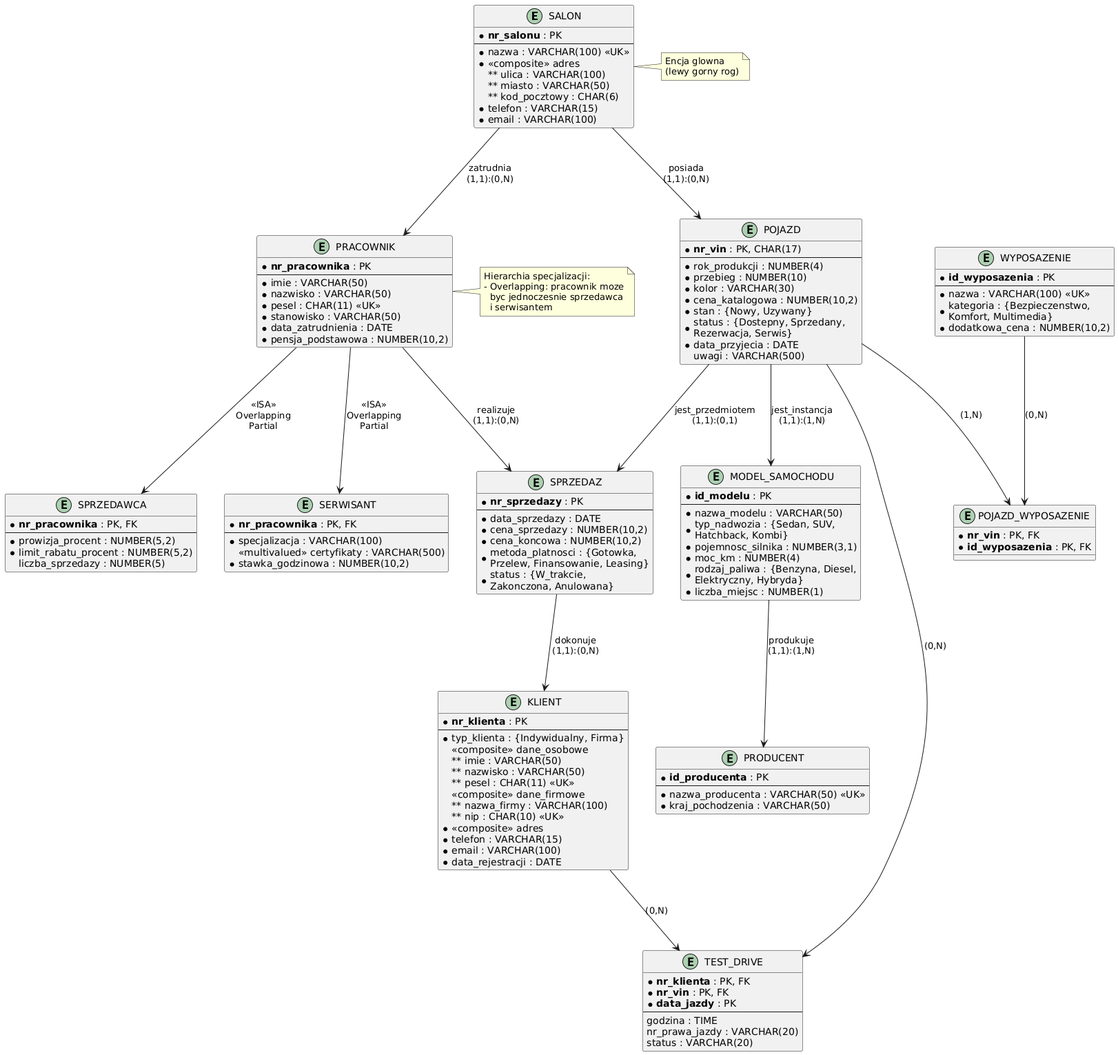
The PlantUML diagram koncept/koncept.png in Vort3x5/CarSal, before a commit.
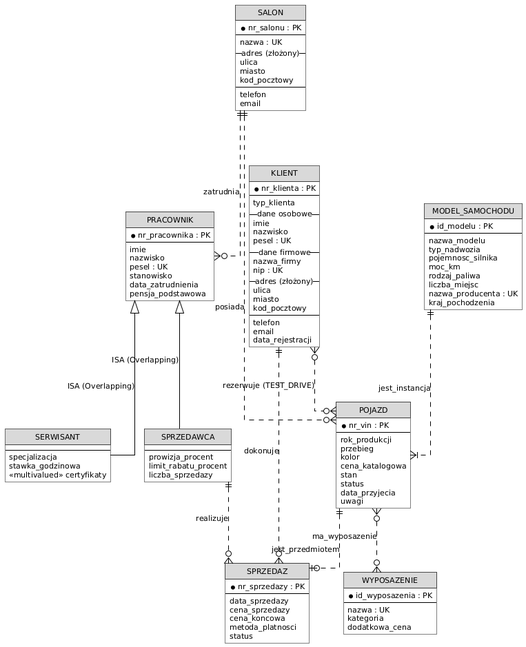
After the commit.

Change to the diagram source:
```diff
@@ -1,160 +1,143 @@
 @startuml koncept
 
-skinparam ranksep 100
-skinparam nodesep 40
-skinparam defaultFontName "Arial"
+skinparam linetype ortho
+skinparam nodesep 50
+skinparam ranksep 80
+skinparam roundcorner 0
+skinparam shadow false
+skinparam defaultFontName Arial
+skinparam defaultFontSize 11
 
-entity "SALON" as salon {
-  * **nr_salonu** : PK
-  --
-  * nazwa : VARCHAR(100) <<UK>>
-  * <<composite>> adres
-    ** ulica : VARCHAR(100)
-    ** miasto : VARCHAR(50)
-    ** kod_pocztowy : CHAR(6)
-  * telefon : VARCHAR(15)
-  * email : VARCHAR(100)
+skinparam class {
+    BackgroundColor #FFFFFF
+    ArrowColor #000000
+    BorderColor #000000
+    HeaderBackgroundColor #D9D9D9
+}
+hide circle
+
+
+entity "SALON" {
+    *nr_salonu : PK
+    --
+    nazwa : UK
+    -- adres (złożony) --
+    ulica
+    miasto
+    kod_pocztowy
+    --
+    telefon
+    email
 }
 
-entity "PRACOWNIK" as pracownik {
-  * **nr_pracownika** : PK
-  --
-  * imie : VARCHAR(50)
-  * nazwisko : VARCHAR(50)
-  * pesel : CHAR(11) <<UK>>
-  * stanowisko : VARCHAR(50)
-  * data_zatrudnienia : DATE
-  * pensja_podstawowa : NUMBER(10,2)
+entity "POJAZD" {
+    *nr_vin : PK
+    --
+    rok_produkcji
+    przebieg
+    kolor
+    cena_katalogowa
+    stan
+    status
+    data_przyjecia
+    uwagi
 }
 
-entity "SPRZEDAWCA" as sprzedawca {
-  * **nr_pracownika** : PK, FK
-  --
-  * prowizja_procent : NUMBER(5,2)
-  * limit_rabatu_procent : NUMBER(5,2)
-  liczba_sprzedazy : NUMBER(5)
+entity "MODEL_SAMOCHODU" {
+    *id_modelu : PK
+    --
+    nazwa_modelu
+    typ_nadwozia
+    pojemnosc_silnika
+    moc_km
+    rodzaj_paliwa
+    liczba_miejsc
+    nazwa_producenta : UK
+    kraj_pochodzenia
 }
 
-entity "SERWISANT" as serwisant {
-  * **nr_pracownika** : PK, FK
-  --
-  * specjalizacja : VARCHAR(100)
-  <<multivalued>> certyfikaty : VARCHAR(500)
-  * stawka_godzinowa : NUMBER(10,2)
+entity "KLIENT" {
+    *nr_klienta : PK
+    --
+    typ_klienta
+    -- dane osobowe --
+    imie
+    nazwisko
+    pesel : UK
+    -- dane firmowe --
+    nazwa_firmy
+    nip : UK
+    -- adres (złożony) --
+    ulica
+    miasto
+    kod_pocztowy
+    --
+    telefon
+    email
+    data_rejestracji
 }
 
-entity "POJAZD" as pojazd {
-  * **nr_vin** : PK, CHAR(17)
-  --
-  * rok_produkcji : NUMBER(4)
-  * przebieg : NUMBER(10)
-  * kolor : VARCHAR(30)
-  * cena_katalogowa : NUMBER(10,2)
-  * stan : {Nowy, Uzywany}
-  * status : {Dostepny, Sprzedany,\nRezerwacja, Serwis}
-  * data_przyjecia : DATE
-  uwagi : VARCHAR(500)
+entity "PRACOWNIK" {
+    *nr_pracownika : PK
+    --
+    imie
+    nazwisko
+    pesel : UK
+    stanowisko
+    data_zatrudnienia
+    pensja_podstawowa
 }
 
-entity "MODEL_SAMOCHODU" as model {
-  * **id_modelu** : PK
-  --
-  * nazwa_modelu : VARCHAR(50)
-  * typ_nadwozia : {Sedan, SUV,\nHatchback, Kombi}
-  * pojemnosc_silnika : NUMBER(3,1)
-  * moc_km : NUMBER(4)
-  * rodzaj_paliwa : {Benzyna, Diesel,\nElektryczny, Hybryda}
-  * liczba_miejsc : NUMBER(1)
+entity "SPRZEDAWCA" {
+    --
+    prowizja_procent
+    limit_rabatu_procent
+    liczba_sprzedazy
 }
 
-entity "PRODUCENT" as producent {
-  * **id_producenta** : PK
-  --
-  * nazwa_producenta : VARCHAR(50) <<UK>>
-  * kraj_pochodzenia : VARCHAR(50)
+entity "SERWISANT" {
+    --
+    specjalizacja
+    stawka_godzinowa
+    <<multivalued>> certyfikaty
 }
 
-entity "SPRZEDAZ" as sprzedaz {
-  * **nr_sprzedazy** : PK
-  --
-  * data_sprzedazy : DATE
-  * cena_sprzedazy : NUMBER(10,2)
-  * cena_koncowa : NUMBER(10,2)
-  * metoda_platnosci : {Gotowka,\nPrzelew, Finansowanie, Leasing}
-  * status : {W_trakcie,\nZakonczona, Anulowana}
+entity "SPRZEDAZ" {
+    *nr_sprzedazy : PK
+    --
+    data_sprzedazy
+    cena_sprzedazy
+    cena_koncowa
+    metoda_platnosci
+    status
 }
 
-entity "KLIENT" as klient {
-  * **nr_klienta** : PK
-  --
-  * typ_klienta : {Indywidualny, Firma}
-  <<composite>> dane_osobowe
-    ** imie : VARCHAR(50)
-    ** nazwisko : VARCHAR(50)
-    ** pesel : CHAR(11) <<UK>>
-  <<composite>> dane_firmowe
-    ** nazwa_firmy : VARCHAR(100)
-    ** nip : CHAR(10) <<UK>>
-  * <<composite>> adres
-  * telefon : VARCHAR(15)
-  * email : VARCHAR(100)
-  * data_rejestracji : DATE
+entity "WYPOSAZENIE" {
+    *id_wyposazenia : PK
+    --
+    nazwa : UK
+    kategoria
+    dodatkowa_cena
 }
 
-entity "WYPOSAZENIE" as wyposazenie {
-  * **id_wyposazenia** : PK
-  --
-  * nazwa : VARCHAR(100) <<UK>>
-  * kategoria : {Bezpieczenstwo,\nKomfort, Multimedia}
-  * dodatkowa_cena : NUMBER(10,2)
-}
 
-entity "TEST_DRIVE" as test_drive {
-  * **nr_klienta** : PK, FK
-  * **nr_vin** : PK, FK
-  * **data_jazdy** : PK
-  --
-  godzina : TIME
-  nr_prawa_jazdy : VARCHAR(20)
-  status : VARCHAR(20)
-}
+SALON ||..o{ POJAZD : "posiada"
 
-entity "POJAZD_WYPOSAZENIE" as pojazd_wyp {
-  * **nr_vin** : PK, FK
-  * **id_wyposazenia** : PK, FK
-}
+SALON ||..o{ PRACOWNIK : "zatrudnia"
 
-salon -down-> pracownik : "zatrudnia\n(1,1):(0,N)"
-salon -down-> pojazd : "posiada\n(1,1):(0,N)"
+MODEL_SAMOCHODU ||..|{ POJAZD : "jest_instancja"
 
-pracownik -down-> sprzedawca : "<<ISA>>\nOverlapping\nPartial"
-pracownik -down-> serwisant : "<<ISA>>\nOverlapping\nPartial"
+KLIENT ||..o{ SPRZEDAZ : "dokonuje"
 
-pracownik -down-> sprzedaz : "realizuje\n(1,1):(0,N)"
+SPRZEDAWCA ||..o{ SPRZEDAZ : "realizuje"
 
-pojazd -down-> model : "jest_instancja\n(1,1):(1,N)"
-pojazd -down-> sprzedaz : "jest_przedmiotem\n(1,1):(0,1)"
-pojazd -down-> pojazd_wyp : "(1,N)"
-pojazd -down-> test_drive : "(0,N)"
+POJAZD ||..o| SPRZEDAZ : "jest_przedmiotem"
 
-model -down-> producent : "produkuje\n(1,1):(1,N)"
+POJAZD }o..o{ WYPOSAZENIE : "ma_wyposazenie"
 
-sprzedaz -down-> klient : "dokonuje\n(1,1):(0,N)"
+KLIENT }o..o{ POJAZD : "rezerwuje (TEST_DRIVE)"
 
-klient -down-> test_drive : "(0,N)"
-
-wyposazenie -down-> pojazd_wyp : "(0,N)"
-
-note right of salon
-  Encja glowna
-  (lewy gorny rog)
-end note
-
-note right of pracownik
-  Hierarchia specjalizacji:
-  - Overlapping: pracownik moze
-    byc jednoczesnie sprzedawca
-    i serwisantem
-end note
+PRACOWNIK <|-- SPRZEDAWCA : "ISA (Overlapping)"
+PRACOWNIK <|-- SERWISANT : "ISA (Overlapping)"
 
 @enduml
```
